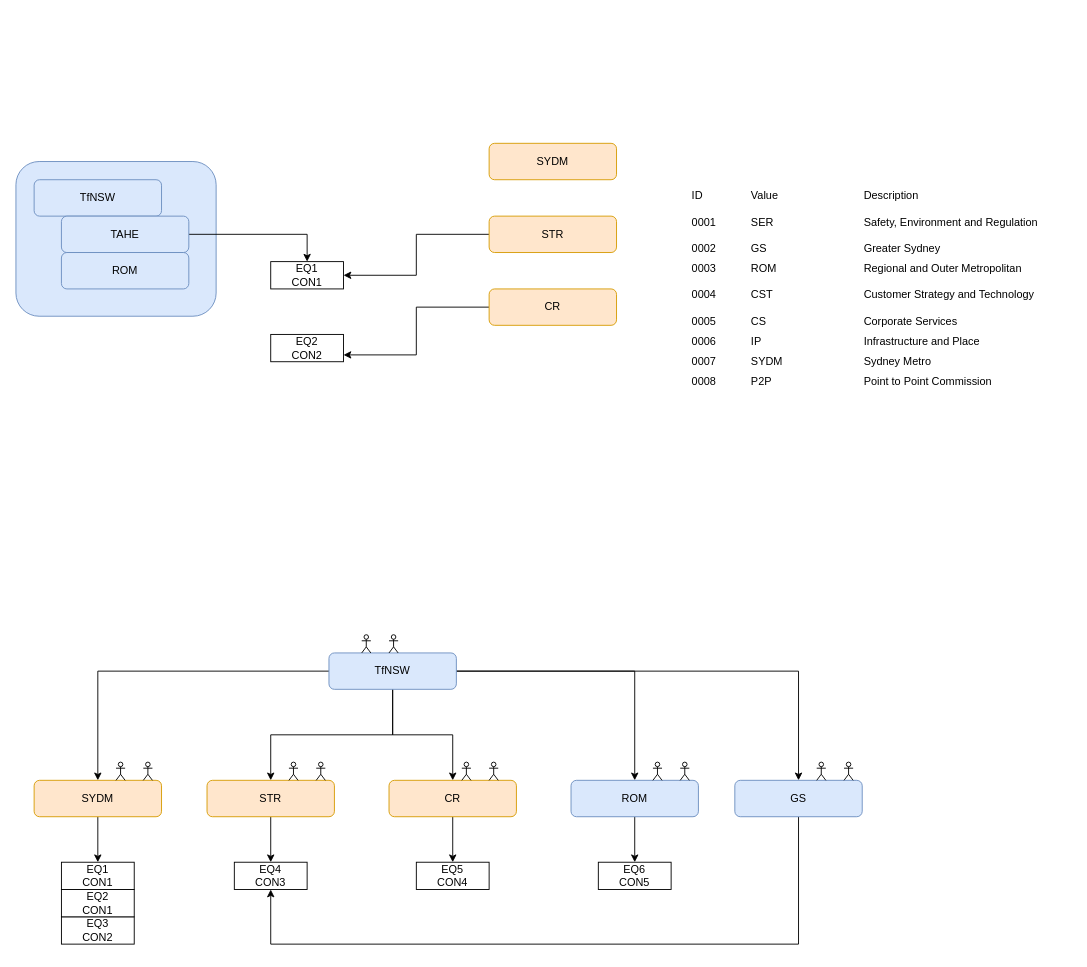
This is page "Page-8" (8 of 10) of Untitled Diagram.drawio from MohdSaifz/geojsons, a draw.io file, before an edit. Source tidied: cells renumbered, new cells numbered last; positions are measured from the earlier drawing's top-left corner, leaving out a move shared by most shapes. Both pictures are drawn from the tidied source at 91%, with x=0, y=0 at pixel (15, 143).
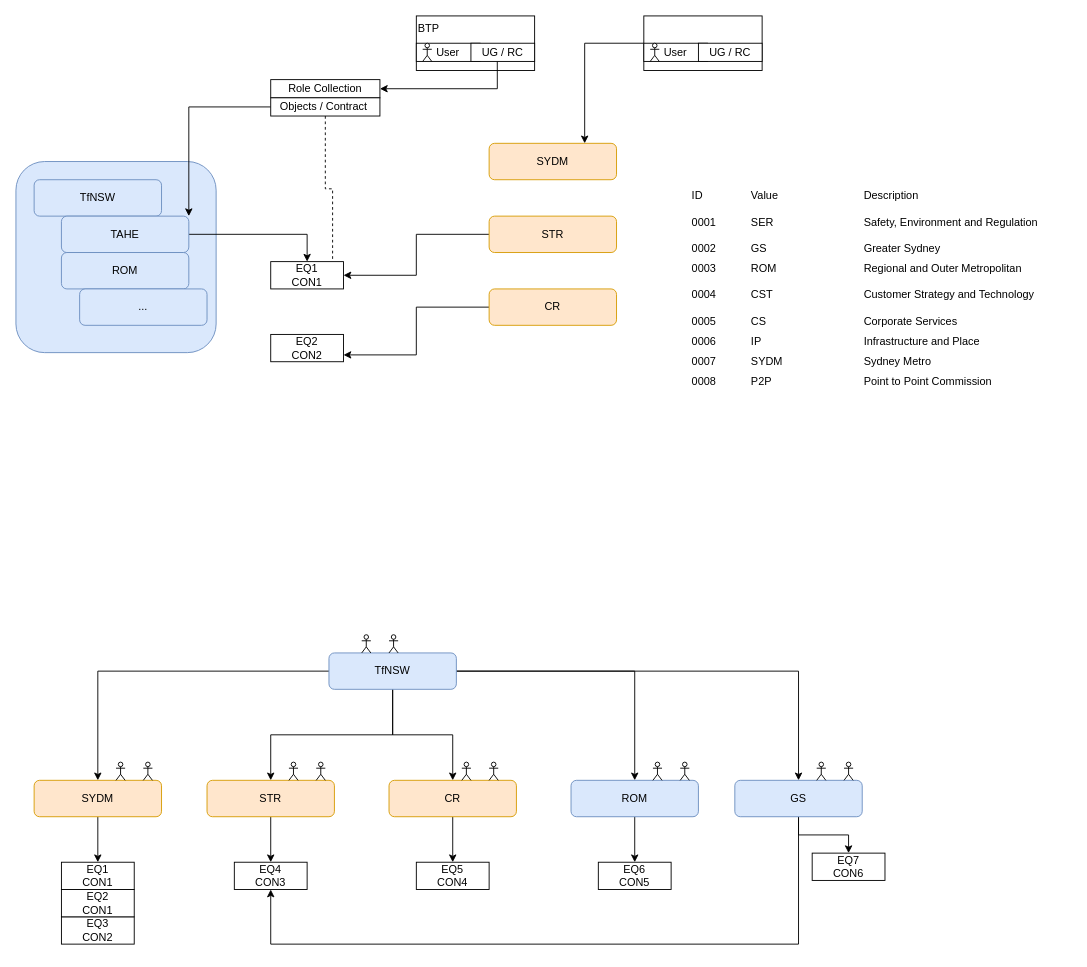
After the change.

Unchanged cells that the change refers to:
```xml
<mxCell id="5" value="TAHE" style="rounded=1;whiteSpace=wrap;html=1;fillColor=#dae8fc;strokeColor=#6c8ebf;" parent="1" vertex="1">
  <mxGeometry x="50" y="80" width="140" height="40" as="geometry" />
</mxCell>
<mxCell id="11" value="EQ1&lt;br&gt;CON1" style="rounded=0;whiteSpace=wrap;html=1;" parent="1" vertex="1">
  <mxGeometry x="280" y="130" width="80" height="30" as="geometry" />
</mxCell>
<mxCell id="14" value="SYDM" style="rounded=1;whiteSpace=wrap;html=1;fillColor=#ffe6cc;strokeColor=#d79b00;" parent="1" vertex="1">
  <mxGeometry x="520" width="140" height="40" as="geometry" />
</mxCell>
<mxCell id="46" value="GS" style="rounded=1;whiteSpace=wrap;html=1;fillColor=#dae8fc;strokeColor=#6c8ebf;" parent="1" vertex="1">
  <mxGeometry x="790" y="700" width="140" height="40" as="geometry" />
</mxCell>
```

The edit, as a diff of the source:
```diff
@@
     <mxCell id="2" style="rounded=1;whiteSpace=wrap;html=1;fillColor=#dae8fc;strokeColor=#6c8ebf;" parent="1" vertex="1">
-      <mxGeometry y="20" width="220" height="170" as="geometry" />
+      <mxGeometry y="20" width="220" height="210" as="geometry" />
     </mxCell>
@@
+    <mxCell id="49" style="edgeStyle=orthogonalEdgeStyle;rounded=0;jettySize=auto;html=1;entryX=0.5;entryY=0;entryDx=0;entryDy=0;" parent="1" edge="1" source="46" target="65">
+      <mxGeometry relative="1" as="geometry" />
+    </mxCell>
@@
+    <mxCell id="50" value="Role Collection" style="rounded=0;whiteSpace=wrap;html=1;" parent="1" vertex="1">
+      <mxGeometry x="280" y="-70" width="120" height="20" as="geometry" />
+    </mxCell>
+    <mxCell id="51" style="edgeStyle=orthogonalEdgeStyle;rounded=0;jettySize=auto;html=1;entryX=1;entryY=0;entryDx=0;entryDy=0;" parent="1" edge="1" source="53" target="5">
+      <mxGeometry relative="1" as="geometry" />
+    </mxCell>
+    <mxCell id="52" style="edgeStyle=orthogonalEdgeStyle;rounded=0;jettySize=auto;html=1;entryX=0.85;entryY=0;entryDx=0;entryDy=0;entryPerimeter=0;dashed=1;endArrow=none;endFill=0;" parent="1" edge="1" source="53" target="11">
+      <mxGeometry relative="1" as="geometry" />
+    </mxCell>
+    <mxCell id="53" value="Objects / Contract&amp;nbsp;" style="rounded=0;whiteSpace=wrap;html=1;" parent="1" vertex="1">
+      <mxGeometry x="280" y="-50" width="120" height="20" as="geometry" />
+    </mxCell>
+    <mxCell id="54" value="BTP" style="rounded=0;whiteSpace=wrap;html=1;align=left;verticalAlign=top;" parent="1" vertex="1">
+      <mxGeometry x="440" y="-140" width="130" height="60" as="geometry" />
+    </mxCell>
+    <mxCell id="55" value="User" style="rounded=0;whiteSpace=wrap;html=1;" parent="1" vertex="1">
+      <mxGeometry x="440" y="-110" width="70" height="20" as="geometry" />
+    </mxCell>
+    <mxCell id="56" style="edgeStyle=orthogonalEdgeStyle;rounded=0;jettySize=auto;html=1;entryX=1;entryY=0.5;entryDx=0;entryDy=0;exitX=0.414;exitY=0.95;exitDx=0;exitDy=0;exitPerimeter=0;" parent="1" edge="1" source="57" target="50">
+      <mxGeometry relative="1" as="geometry" />
+    </mxCell>
+    <mxCell id="57" value="UG / RC" style="rounded=0;whiteSpace=wrap;html=1;" parent="1" vertex="1">
+      <mxGeometry x="500" y="-110" width="70" height="20" as="geometry" />
+    </mxCell>
+    <mxCell id="58" value="..." style="rounded=1;whiteSpace=wrap;html=1;fillColor=#dae8fc;strokeColor=#6c8ebf;" parent="1" vertex="1">
+      <mxGeometry x="70" y="160" width="140" height="40" as="geometry" />
+    </mxCell>
+    <mxCell id="59" style="shape=umlActor;verticalLabelPosition=bottom;verticalAlign=top;html=1;" parent="1" vertex="1">
+      <mxGeometry x="447" y="-110" width="10" height="20" as="geometry" />
+    </mxCell>
+    <mxCell id="60" style="edgeStyle=orthogonalEdgeStyle;rounded=0;jettySize=auto;html=1;entryX=0.75;entryY=0;entryDx=0;entryDy=0;" parent="1" edge="1" source="61" target="14">
+      <mxGeometry relative="1" as="geometry" />
+    </mxCell>
+    <mxCell id="61" style="rounded=0;whiteSpace=wrap;html=1;align=left;verticalAlign=top;" parent="1" vertex="1">
+      <mxGeometry x="690" y="-140" width="130" height="60" as="geometry" />
+    </mxCell>
+    <mxCell id="62" value="User" style="rounded=0;whiteSpace=wrap;html=1;" parent="1" vertex="1">
+      <mxGeometry x="690" y="-110" width="70" height="20" as="geometry" />
+    </mxCell>
+    <mxCell id="63" value="UG / RC" style="rounded=0;whiteSpace=wrap;html=1;" parent="1" vertex="1">
+      <mxGeometry x="750" y="-110" width="70" height="20" as="geometry" />
+    </mxCell>
+    <mxCell id="64" style="shape=umlActor;verticalLabelPosition=bottom;verticalAlign=top;html=1;" parent="1" vertex="1">
+      <mxGeometry x="697" y="-110" width="10" height="20" as="geometry" />
+    </mxCell>
+    <mxCell id="65" value="EQ7&lt;br&gt;CON6" style="rounded=0;whiteSpace=wrap;html=1;" parent="1" vertex="1">
+      <mxGeometry x="875" y="780" width="80" height="30" as="geometry" />
+    </mxCell>
```
